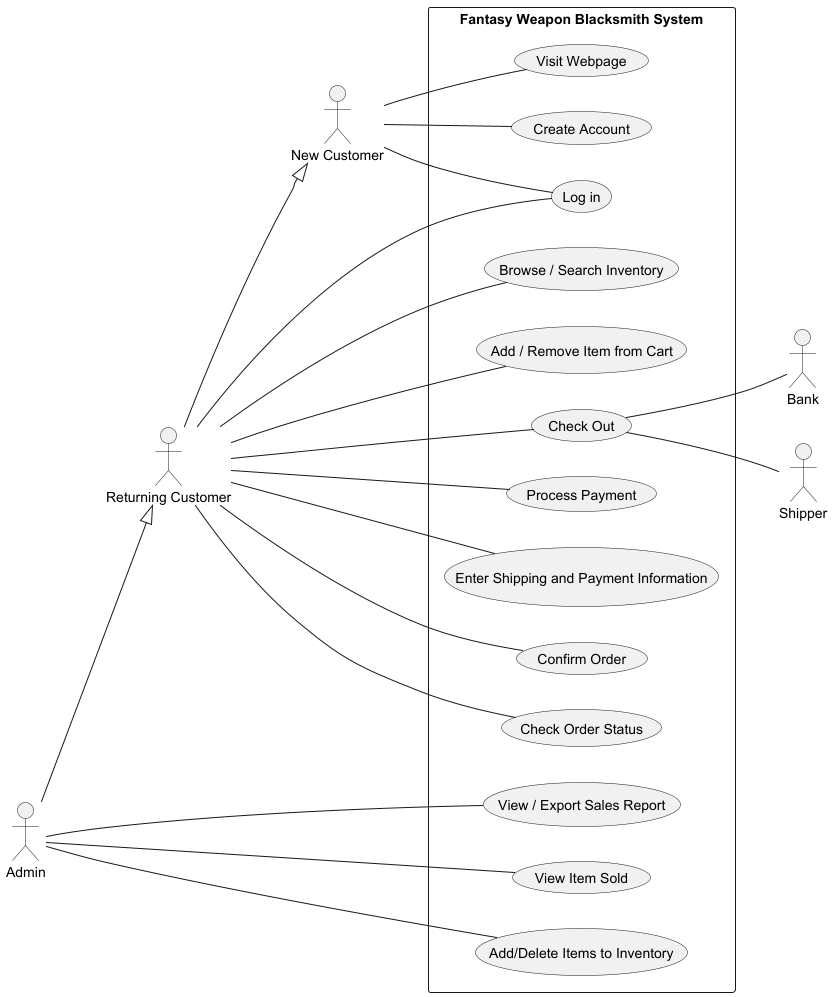
Above: project-requirements/Use Case .png in MercyOl/swe-3313-fall-2025-team-06 (PlantUML), before the change. The source it was exported from:
```plantuml
@startuml
left to right direction

actor "New Customer" as NC
actor "Returning Customer" as RC
actor "Admin" as Admin



rectangle "Fantasy Weapon Blacksmith System" as System {
  (Visit Webpage) as UC1
  (Create Account) as UC2
  (Log in) as UC3
  (Browse / Search Inventory) as UC4
  (Add / Remove Item from Cart) as UC5
  (Check Out) as UC6
  (Process Payment) as UC7
  (Enter Shipping and Payment Information) as UC8
  (Confirm Order) as UC9
  (Check Order Status) as UC10
  (View / Export Sales Report) as UC11
  (View Item Sold) as UC12
  (Add/Delete Items to Inventory) as UC13
}


actor "Bank" as Bank
actor "Shipper" as Shipper

NC -- UC1
NC -- UC2
NC -- UC3

RC -- UC3
RC -- UC4
RC -- UC5
RC -- UC6
UC6 -- Bank
UC6 -- Shipper
RC -- UC7
RC -- UC8
RC -- UC9
RC -- UC10

Admin -- UC11
Admin -- UC12
Admin -- UC13

Admin --|> RC
RC --|> NC







@enduml
```
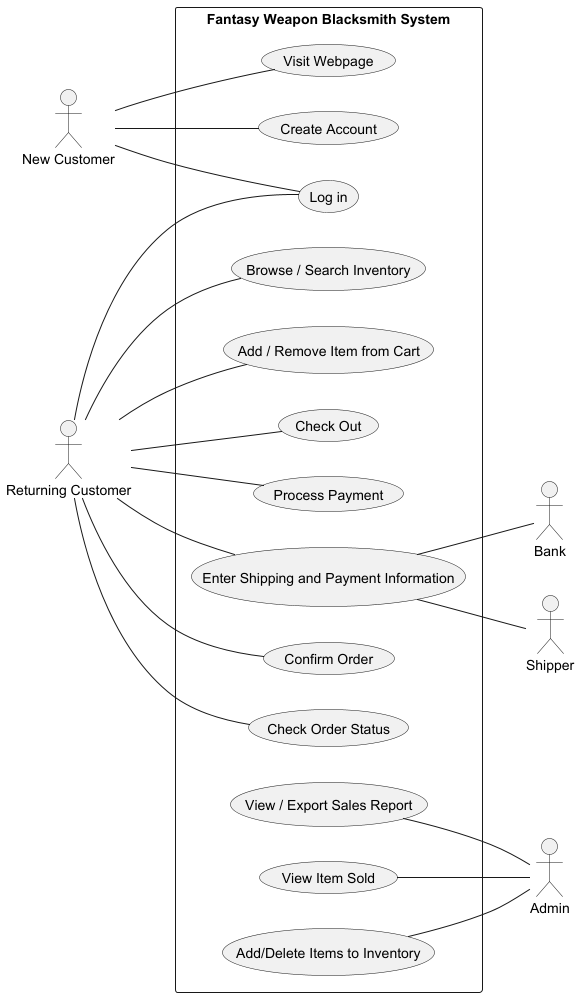
After the commit.

Commit message:
Updated Use Case Diagram

What changed in the source:
```diff
@@ -35,19 +35,18 @@
 RC -- UC4
 RC -- UC5
 RC -- UC6
-UC6 -- Bank
-UC6 -- Shipper
+UC8 -- Bank
+UC8 -- Shipper
 RC -- UC7
 RC -- UC8
 RC -- UC9
 RC -- UC10
 
-Admin -- UC11
-Admin -- UC12
-Admin -- UC13
+UC11 -- Admin
+UC12 -- Admin
+UC13 -- Admin
 
-Admin --|> RC
-RC --|> NC
+
 
 
 
```
